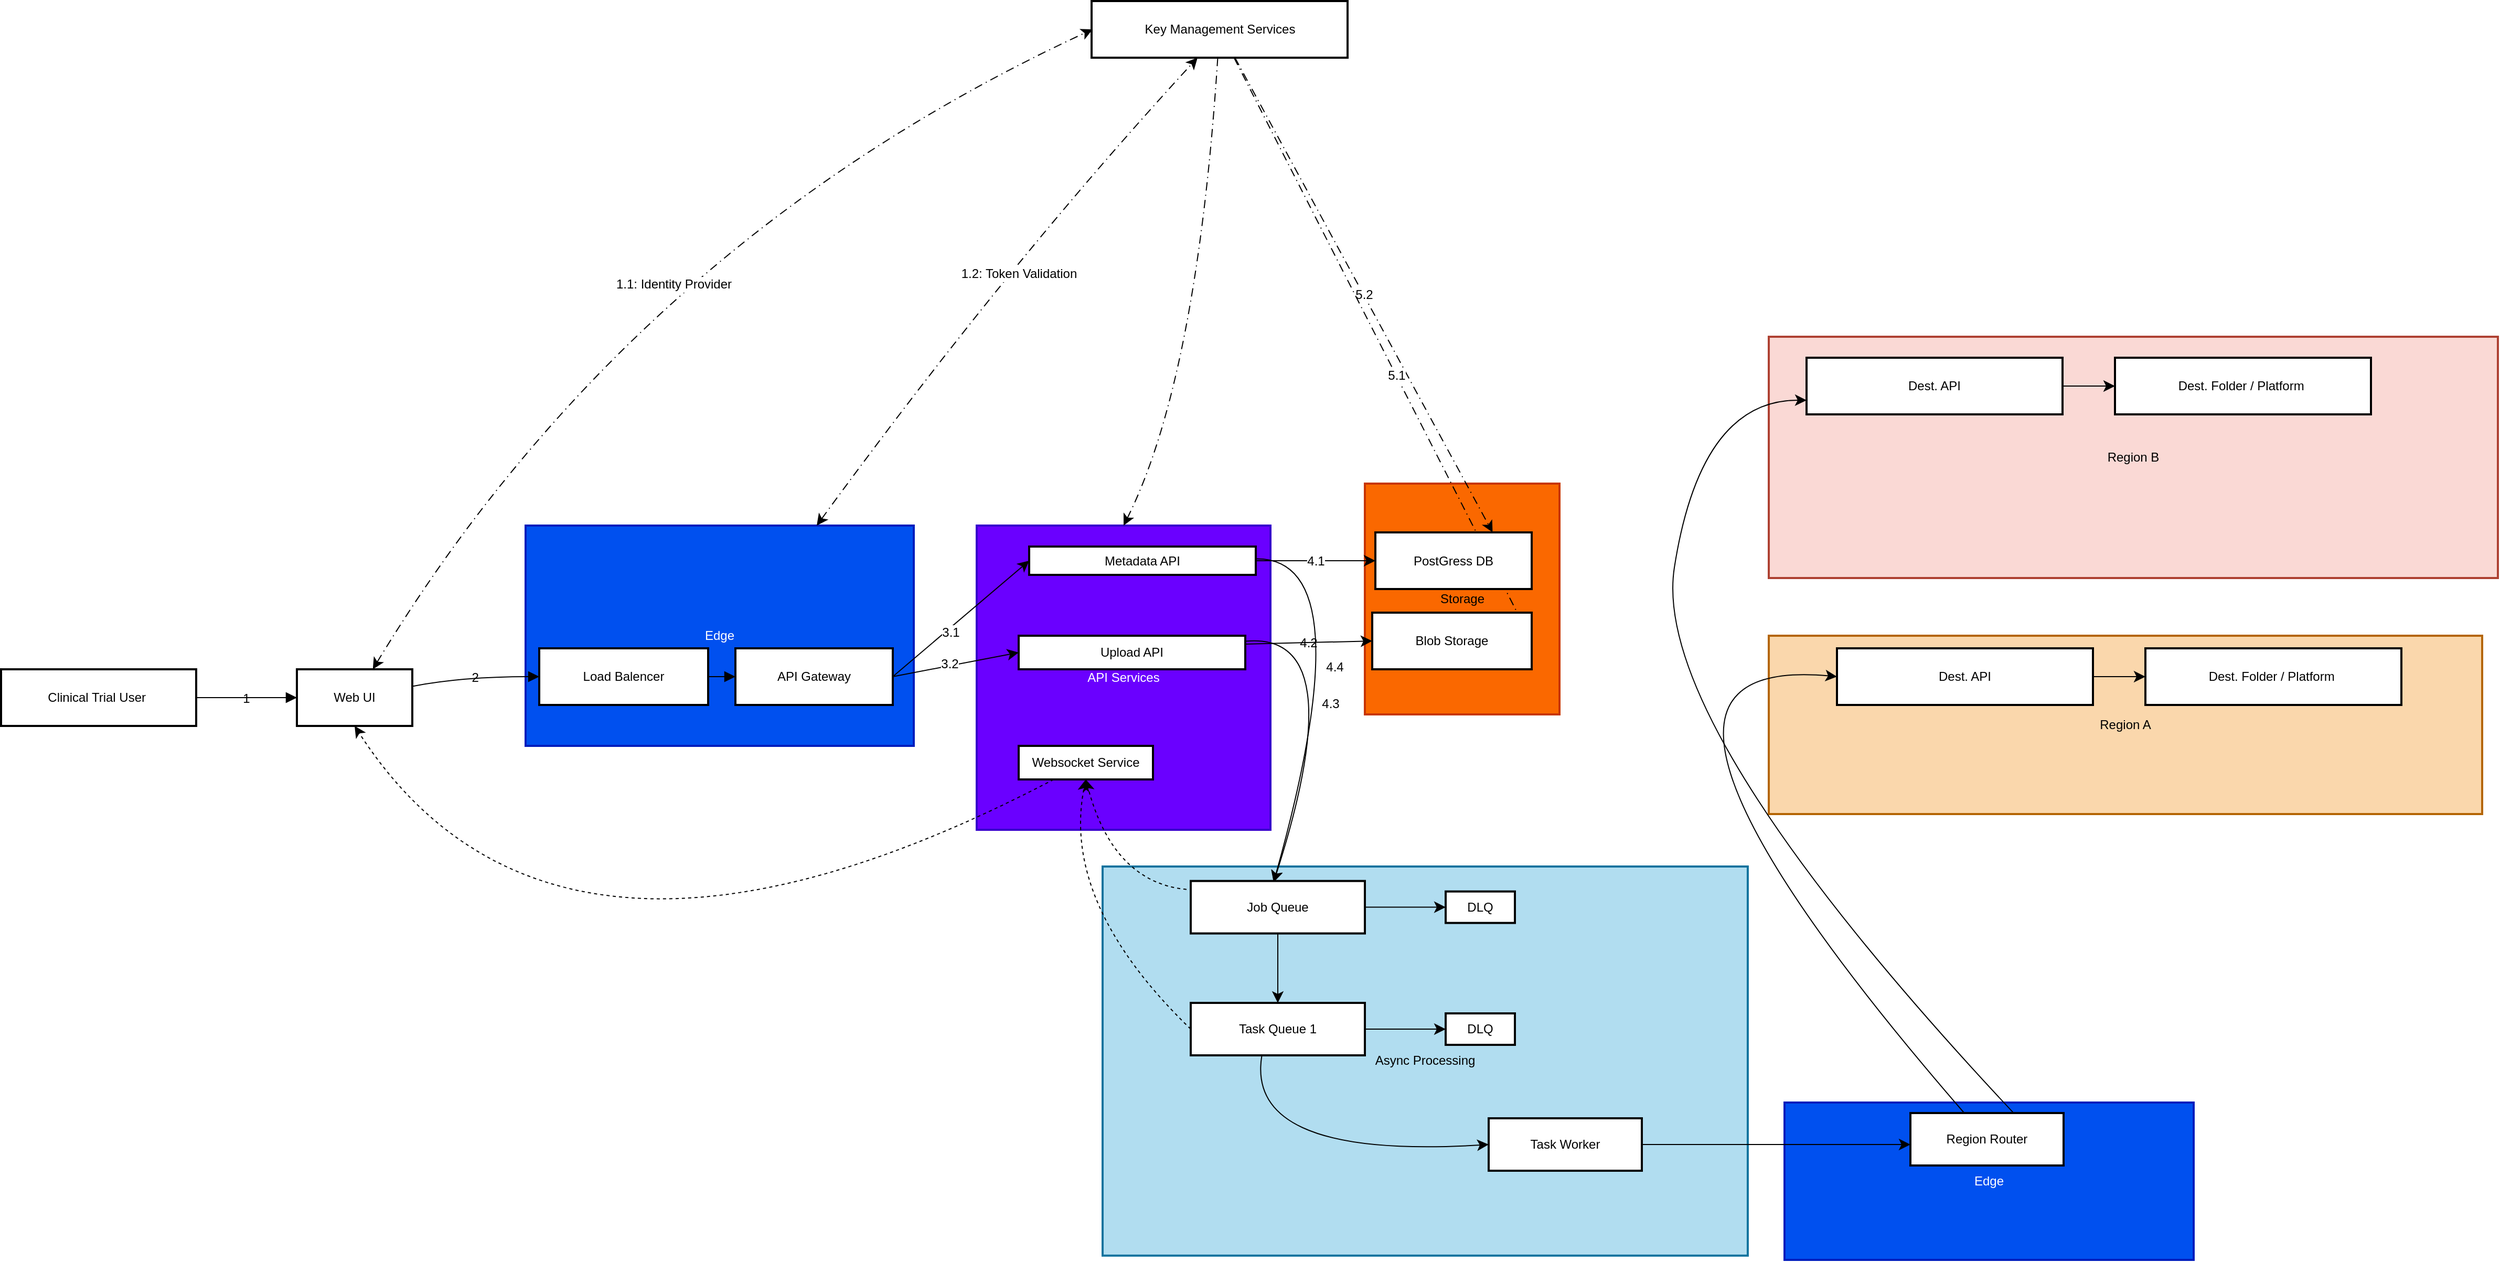
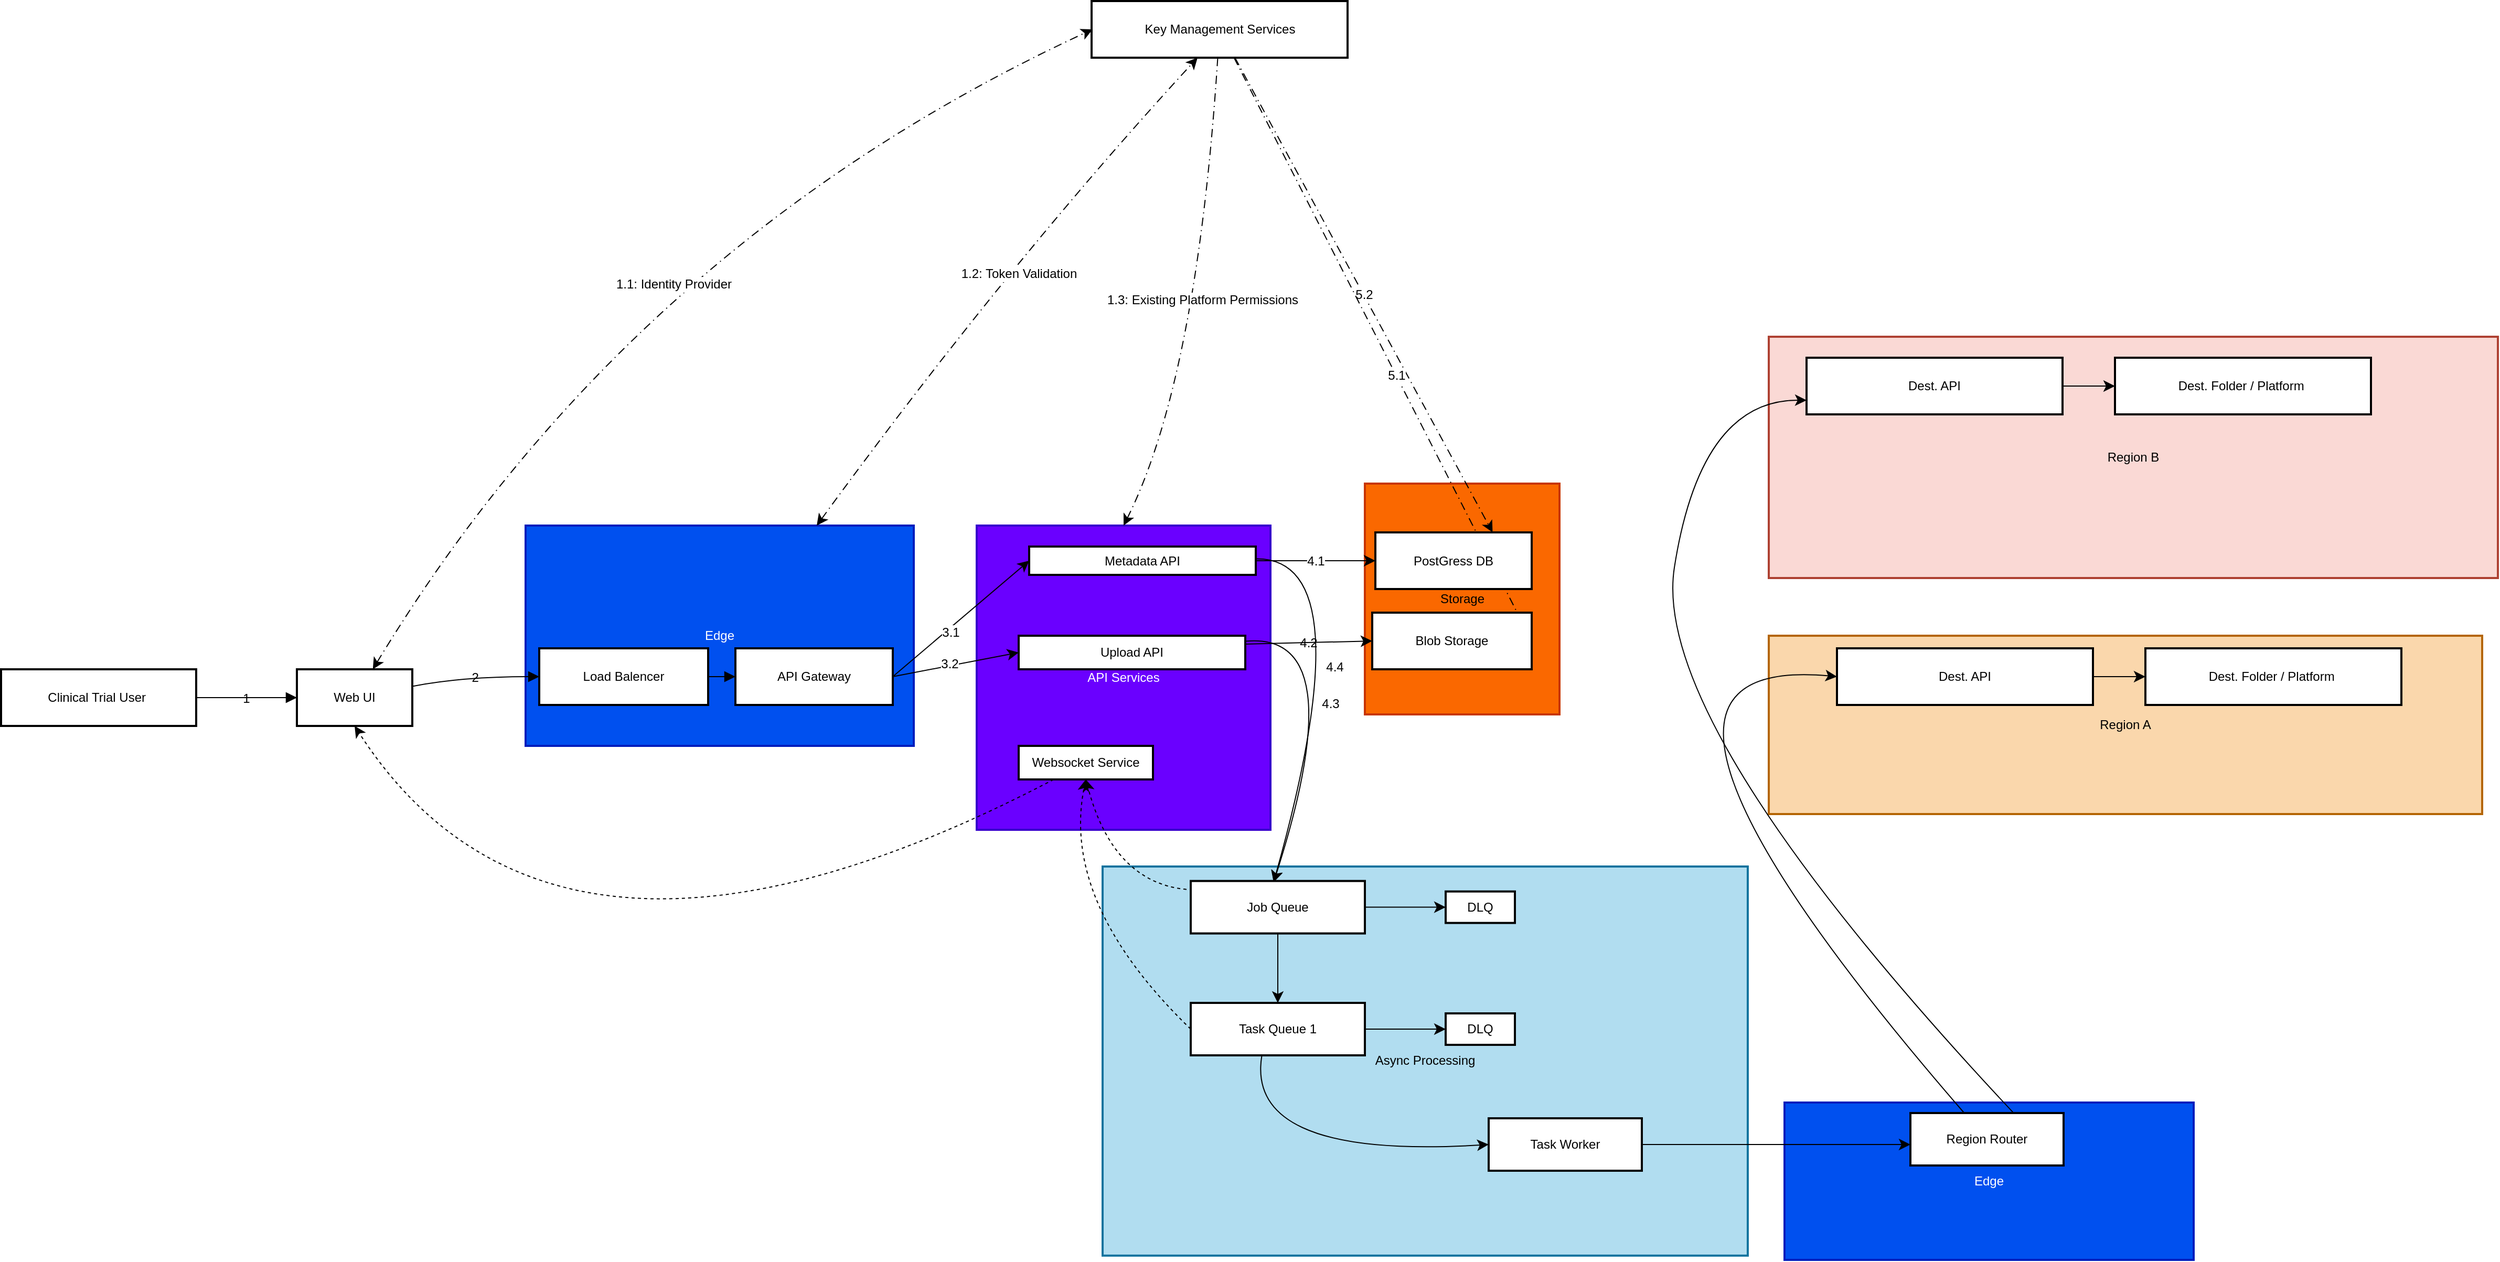
<mxfile host="app.diagrams.net">
  <diagram name="Overall-Diagram" id="Xauzskn0iYLa3f8TggF1">
-     <mxGraphModel dx="839" dy="1672" grid="1" gridSize="10" guides="1" tooltips="1" connect="1" arrows="1" fold="1" page="1" pageScale="1" pageWidth="850" pageHeight="1100" background="none" math="0" shadow="0">
+     <mxGraphModel dx="704" dy="1579" grid="1" gridSize="10" guides="1" tooltips="1" connect="1" arrows="1" fold="1" page="1" pageScale="1" pageWidth="850" pageHeight="1100" background="none" math="0" shadow="0">
      <root>
        <mxCell id="0" />
        <mxCell id="1" parent="0" />
        <mxCell id="ZxT0anLmeUN1lRlBXtKW-56" parent="1" style="whiteSpace=wrap;strokeWidth=2;rounded=0;labelBackgroundColor=none;fillColor=#0050ef;fontColor=#ffffff;strokeColor=#001DBC;" value="Edge" vertex="1">
          <mxGeometry height="150" width="390" x="1800" y="590" as="geometry" />
        </mxCell>
        <mxCell id="tPvMw2njpGqdJi2HAjV1-28" parent="1" style="whiteSpace=wrap;strokeWidth=2;rounded=0;labelBackgroundColor=none;fillColor=#fad9d5;strokeColor=#ae4132;" value="Region B" vertex="1">
          <mxGeometry height="230" width="695" x="1785" y="-140" as="geometry" />
        </mxCell>
        <mxCell id="tPvMw2njpGqdJi2HAjV1-27" parent="1" style="whiteSpace=wrap;strokeWidth=2;rounded=0;labelBackgroundColor=none;fillColor=#fad7ac;strokeColor=#b46504;" value="Region A" vertex="1">
          <mxGeometry height="170" width="680" x="1785" y="145" as="geometry" />
        </mxCell>
        <mxCell id="LGeiLnGPZ_kJypGg9XhN-2" parent="1" style="whiteSpace=wrap;strokeWidth=2;rounded=0;labelBackgroundColor=none;fillColor=#b1ddf0;strokeColor=#10739e;aspect=fixed;" value="Async Processing" vertex="1">
          <mxGeometry height="370.92" width="614.97" x="1150" y="365" as="geometry" />
        </mxCell>
        <mxCell id="LGeiLnGPZ_kJypGg9XhN-4" parent="1" style="whiteSpace=wrap;strokeWidth=2;rounded=0;labelBackgroundColor=none;fillColor=#6a00ff;fontColor=#ffffff;strokeColor=#3700CC;" value="API Services" vertex="1">
          <mxGeometry height="290" width="280" x="1030" y="40" as="geometry" />
        </mxCell>
        <mxCell id="LGeiLnGPZ_kJypGg9XhN-3" parent="1" style="whiteSpace=wrap;strokeWidth=2;rounded=0;labelBackgroundColor=none;fillColor=#fa6800;fontColor=#000000;strokeColor=#C73500;" value="Storage" vertex="1">
          <mxGeometry height="220" width="185.5" x="1400" as="geometry" />
        </mxCell>
        <mxCell id="LGeiLnGPZ_kJypGg9XhN-5" parent="1" style="whiteSpace=wrap;strokeWidth=2;rounded=0;labelBackgroundColor=none;fillColor=#0050ef;fontColor=#ffffff;strokeColor=#001DBC;" value="Edge" vertex="1">
          <mxGeometry height="210" width="370" x="600" y="40" as="geometry" />
        </mxCell>
        <mxCell id="LGeiLnGPZ_kJypGg9XhN-6" parent="1" style="whiteSpace=wrap;strokeWidth=2;rounded=0;labelBackgroundColor=none;" value="Clinical Trial User " vertex="1">
          <mxGeometry height="54" width="186" x="100" y="177" as="geometry" />
        </mxCell>
        <mxCell id="kZjGEyZ31KSyDfQOjVAd-4" edge="1" parent="1" style="edgeStyle=none;curved=1;rounded=0;orthogonalLoop=1;jettySize=auto;html=1;entryX=0;entryY=0.5;entryDx=0;entryDy=0;fontSize=12;startSize=8;endSize=8;dashed=1;dashPattern=8 4 1 4;startArrow=classic;startFill=1;" value="1.1: Identity Provider">
          <mxGeometry relative="1" x="0.0321" y="-53" as="geometry">
            <mxPoint as="offset" />
            <Array as="points">
              <mxPoint x="701" y="-230" />
            </Array>
            <mxPoint x="454.3617511520737" y="177" as="sourcePoint" />
            <mxPoint x="1140.5" y="-433" as="targetPoint" />
          </mxGeometry>
        </mxCell>
        <mxCell id="LGeiLnGPZ_kJypGg9XhN-7" parent="1" style="whiteSpace=wrap;strokeWidth=2;rounded=0;labelBackgroundColor=none;" value="Web UI" vertex="1">
          <mxGeometry height="54" width="110" x="382" y="177" as="geometry" />
        </mxCell>
        <mxCell id="LGeiLnGPZ_kJypGg9XhN-8" parent="1" style="whiteSpace=wrap;strokeWidth=2;rounded=0;labelBackgroundColor=none;" value="Load Balencer" vertex="1">
          <mxGeometry height="54" width="161" x="613" y="157" as="geometry" />
        </mxCell>
        <mxCell id="ijDLy2rUQYNMrnhEq9o_-15" edge="1" parent="1" source="LGeiLnGPZ_kJypGg9XhN-9" style="edgeStyle=none;curved=1;rounded=0;orthogonalLoop=1;jettySize=auto;html=1;fontSize=12;startSize=8;endSize=8;entryX=0;entryY=0.5;entryDx=0;entryDy=0;labelBackgroundColor=none;fontColor=default;exitX=1;exitY=0.5;exitDx=0;exitDy=0;" target="LGeiLnGPZ_kJypGg9XhN-10">
          <mxGeometry relative="1" as="geometry">
            <mxPoint x="1059.9999999999998" y="229.99999999999977" as="targetPoint" />
          </mxGeometry>
        </mxCell>
        <mxCell id="kZjGEyZ31KSyDfQOjVAd-1" connectable="0" parent="ijDLy2rUQYNMrnhEq9o_-15" style="edgeLabel;html=1;align=center;verticalAlign=middle;resizable=0;points=[];fontSize=12;" value="3.1" vertex="1">
          <mxGeometry relative="1" x="-0.1984" y="-3" as="geometry">
            <mxPoint x="1" as="offset" />
          </mxGeometry>
        </mxCell>
        <mxCell id="ijDLy2rUQYNMrnhEq9o_-17" edge="1" parent="1" source="LGeiLnGPZ_kJypGg9XhN-9" style="edgeStyle=none;curved=1;rounded=0;orthogonalLoop=1;jettySize=auto;html=1;entryX=0;entryY=0.5;entryDx=0;entryDy=0;fontSize=12;startSize=8;endSize=8;exitX=1;exitY=0.5;exitDx=0;exitDy=0;" target="LGeiLnGPZ_kJypGg9XhN-11">
          <mxGeometry relative="1" as="geometry">
            <mxPoint x="960" y="190" as="sourcePoint" />
          </mxGeometry>
        </mxCell>
        <mxCell id="kZjGEyZ31KSyDfQOjVAd-2" connectable="0" parent="ijDLy2rUQYNMrnhEq9o_-17" style="edgeLabel;html=1;align=center;verticalAlign=middle;resizable=0;points=[];fontSize=12;" value="3.2" vertex="1">
          <mxGeometry relative="1" x="-0.0885" y="2" as="geometry">
            <mxPoint as="offset" />
          </mxGeometry>
        </mxCell>
        <mxCell id="tPvMw2njpGqdJi2HAjV1-17" edge="1" parent="1" source="LGeiLnGPZ_kJypGg9XhN-5" style="edgeStyle=none;curved=1;rounded=0;orthogonalLoop=1;jettySize=auto;html=1;entryX=0.5;entryY=1;entryDx=0;entryDy=0;fontSize=12;startSize=8;endSize=8;dashed=1;dashPattern=8 4 1 4;startArrow=classic;startFill=1;exitX=0.75;exitY=0;exitDx=0;exitDy=0;" value="1.2: Token Validation">
          <mxGeometry relative="1" x="0.0672" y="-14" as="geometry">
            <mxPoint as="offset" />
            <Array as="points">
              <mxPoint x="1060" y="-210" />
            </Array>
            <mxPoint x="853.7118320610687" y="157" as="sourcePoint" />
            <mxPoint x="1240.5" y="-406" as="targetPoint" />
          </mxGeometry>
        </mxCell>
        <mxCell id="LGeiLnGPZ_kJypGg9XhN-9" parent="1" style="whiteSpace=wrap;strokeWidth=2;rounded=0;labelBackgroundColor=none;" value="API Gateway" vertex="1">
          <mxGeometry height="54" width="150" x="800" y="157" as="geometry" />
        </mxCell>
        <mxCell id="ijDLy2rUQYNMrnhEq9o_-19" edge="1" parent="1" source="LGeiLnGPZ_kJypGg9XhN-10" style="edgeStyle=none;curved=1;rounded=0;orthogonalLoop=1;jettySize=auto;html=1;entryX=0;entryY=0.5;entryDx=0;entryDy=0;fontSize=12;startSize=8;endSize=8;exitX=1;exitY=0.5;exitDx=0;exitDy=0;" target="LGeiLnGPZ_kJypGg9XhN-12" value="4.1">
          <mxGeometry relative="1" as="geometry" />
        </mxCell>
        <mxCell id="ZxT0anLmeUN1lRlBXtKW-1" edge="1" parent="1" source="LGeiLnGPZ_kJypGg9XhN-10" style="edgeStyle=none;curved=1;rounded=0;orthogonalLoop=1;jettySize=auto;html=1;entryX=0.5;entryY=0;entryDx=0;entryDy=0;fontSize=12;startSize=8;endSize=8;" value="4.4">
          <mxGeometry relative="1" as="geometry">
            <Array as="points">
              <mxPoint x="1400" y="70" />
            </Array>
            <mxPoint x="1313" y="380" as="targetPoint" />
          </mxGeometry>
        </mxCell>
        <mxCell id="LGeiLnGPZ_kJypGg9XhN-10" parent="1" style="whiteSpace=wrap;strokeWidth=2;rounded=0;labelBackgroundColor=none;" value="Metadata API" vertex="1">
          <mxGeometry height="27" width="216" x="1080" y="60" as="geometry" />
        </mxCell>
        <mxCell id="ijDLy2rUQYNMrnhEq9o_-12" edge="1" parent="1" source="LGeiLnGPZ_kJypGg9XhN-11" style="edgeStyle=none;curved=1;rounded=0;orthogonalLoop=1;jettySize=auto;html=1;entryX=0;entryY=0.5;entryDx=0;entryDy=0;fontSize=12;startSize=8;endSize=8;exitX=1;exitY=0.25;exitDx=0;exitDy=0;labelBackgroundColor=none;fontColor=default;" target="LGeiLnGPZ_kJypGg9XhN-13" value="4.2">
          <mxGeometry relative="1" as="geometry" />
        </mxCell>
        <mxCell id="ZxT0anLmeUN1lRlBXtKW-2" edge="1" parent="1" source="LGeiLnGPZ_kJypGg9XhN-11" style="edgeStyle=none;curved=1;rounded=0;orthogonalLoop=1;jettySize=auto;html=1;entryX=0.5;entryY=0;entryDx=0;entryDy=0;fontSize=12;startSize=8;endSize=8;" value="4.3">
          <mxGeometry relative="1" as="geometry">
            <Array as="points">
              <mxPoint x="1390" y="140" />
            </Array>
            <mxPoint x="1313" y="380" as="targetPoint" />
          </mxGeometry>
        </mxCell>
        <mxCell id="LGeiLnGPZ_kJypGg9XhN-11" parent="1" style="whiteSpace=wrap;strokeWidth=2;rounded=0;labelBackgroundColor=none;" value="Upload API" vertex="1">
          <mxGeometry height="32" width="216" x="1070" y="145" as="geometry" />
        </mxCell>
        <mxCell id="tPvMw2njpGqdJi2HAjV1-2" edge="1" parent="1" style="edgeStyle=none;curved=1;rounded=0;orthogonalLoop=1;jettySize=auto;html=1;fontSize=12;startSize=8;endSize=8;entryX=0.5;entryY=1;entryDx=0;entryDy=0;dashed=1;" target="LGeiLnGPZ_kJypGg9XhN-18">
          <mxGeometry relative="1" as="geometry">
            <Array as="points">
              <mxPoint x="1160" y="380" />
            </Array>
            <mxPoint x="1230" y="386.8627450980389" as="sourcePoint" />
            <mxPoint x="1150" y="490" as="targetPoint" />
          </mxGeometry>
        </mxCell>
        <mxCell id="tPvMw2njpGqdJi2HAjV1-30" edge="1" parent="1" source="ZxT0anLmeUN1lRlBXtKW-4" style="edgeStyle=none;curved=1;rounded=0;orthogonalLoop=1;jettySize=auto;html=1;entryX=0.5;entryY=1;entryDx=0;entryDy=0;fontSize=12;startSize=8;endSize=8;dashed=1;exitX=0;exitY=0.5;exitDx=0;exitDy=0;" target="LGeiLnGPZ_kJypGg9XhN-18">
          <mxGeometry relative="1" as="geometry">
            <Array as="points">
              <mxPoint x="1110" y="400" />
            </Array>
            <mxPoint x="1274.6623376623374" y="462" as="sourcePoint" />
          </mxGeometry>
        </mxCell>
        <mxCell id="tPvMw2njpGqdJi2HAjV1-18" edge="1" parent="1" source="LGeiLnGPZ_kJypGg9XhN-20" style="edgeStyle=none;curved=1;rounded=0;orthogonalLoop=1;jettySize=auto;html=1;entryX=0.75;entryY=0;entryDx=0;entryDy=0;fontSize=12;startSize=8;endSize=8;dashed=1;dashPattern=8 4 1 4;" target="LGeiLnGPZ_kJypGg9XhN-12" value="5.2">
          <mxGeometry relative="1" as="geometry" />
        </mxCell>
        <mxCell id="tPvMw2njpGqdJi2HAjV1-19" edge="1" parent="1" source="LGeiLnGPZ_kJypGg9XhN-20" style="edgeStyle=none;curved=1;rounded=0;orthogonalLoop=1;jettySize=auto;html=1;entryX=1;entryY=0.5;entryDx=0;entryDy=0;fontSize=12;startSize=8;endSize=8;dashed=1;dashPattern=8 4 1 4;" target="LGeiLnGPZ_kJypGg9XhN-13">
          <mxGeometry relative="1" as="geometry" />
        </mxCell>
        <mxCell id="kZjGEyZ31KSyDfQOjVAd-3" connectable="0" parent="tPvMw2njpGqdJi2HAjV1-19" style="edgeLabel;html=1;align=center;verticalAlign=middle;resizable=0;points=[];fontSize=12;" value="5.1" vertex="1">
          <mxGeometry relative="1" x="0.0872" as="geometry">
            <mxPoint as="offset" />
          </mxGeometry>
        </mxCell>
-         <mxCell id="kZjGEyZ31KSyDfQOjVAd-5" edge="1" parent="1" source="LGeiLnGPZ_kJypGg9XhN-20" style="edgeStyle=none;curved=1;rounded=0;orthogonalLoop=1;jettySize=auto;html=1;fontSize=12;startSize=8;endSize=8;dashed=1;dashPattern=8 4 1 4;entryX=0.5;entryY=0;entryDx=0;entryDy=0;" target="LGeiLnGPZ_kJypGg9XhN-4">
+         <mxCell id="kZjGEyZ31KSyDfQOjVAd-5" edge="1" parent="1" source="LGeiLnGPZ_kJypGg9XhN-20" style="edgeStyle=none;curved=1;rounded=0;orthogonalLoop=1;jettySize=auto;html=1;fontSize=12;startSize=8;endSize=8;dashed=1;dashPattern=8 4 1 4;entryX=0.5;entryY=0;entryDx=0;entryDy=0;" target="LGeiLnGPZ_kJypGg9XhN-4" value="1.3: Existing Platform Permissions">
          <mxGeometry relative="1" as="geometry">
            <Array as="points">
              <mxPoint x="1240" y="-100" />
            </Array>
            <mxPoint x="1160" y="20" as="targetPoint" />
          </mxGeometry>
        </mxCell>
        <mxCell id="LGeiLnGPZ_kJypGg9XhN-20" parent="1" style="whiteSpace=wrap;strokeWidth=2;rounded=0;labelBackgroundColor=none;" value="Key Management Services" vertex="1">
          <mxGeometry height="54" width="244" x="1139.5" y="-460" as="geometry" />
        </mxCell>
        <mxCell id="LGeiLnGPZ_kJypGg9XhN-23" edge="1" parent="1" source="LGeiLnGPZ_kJypGg9XhN-6" style="curved=1;startArrow=none;endArrow=block;exitX=1;exitY=0.5;entryX=0;entryY=0.5;rounded=0;fontSize=12;startSize=8;endSize=8;labelBackgroundColor=none;fontColor=default;" target="LGeiLnGPZ_kJypGg9XhN-7" value="1">
          <mxGeometry relative="1" as="geometry">
            <Array as="points" />
          </mxGeometry>
        </mxCell>
        <mxCell id="LGeiLnGPZ_kJypGg9XhN-24" edge="1" parent="1" source="LGeiLnGPZ_kJypGg9XhN-7" style="curved=1;startArrow=none;endArrow=block;exitX=1;exitY=0.3;entryX=0;entryY=0.5;rounded=0;fontSize=12;startSize=8;endSize=8;labelBackgroundColor=none;fontColor=default;" target="LGeiLnGPZ_kJypGg9XhN-8" value="2">
          <mxGeometry relative="1" as="geometry">
            <Array as="points">
              <mxPoint x="540" y="184" />
            </Array>
          </mxGeometry>
        </mxCell>
        <mxCell id="LGeiLnGPZ_kJypGg9XhN-35" edge="1" parent="1" source="LGeiLnGPZ_kJypGg9XhN-8" style="curved=1;startArrow=none;endArrow=block;exitX=1;exitY=0.5;entryX=0;entryY=0.5;rounded=0;fontSize=12;startSize=8;endSize=8;labelBackgroundColor=none;fontColor=default;" target="LGeiLnGPZ_kJypGg9XhN-9" value="">
          <mxGeometry relative="1" as="geometry">
            <Array as="points" />
          </mxGeometry>
        </mxCell>
        <mxCell id="tPvMw2njpGqdJi2HAjV1-29" edge="1" parent="1" source="LGeiLnGPZ_kJypGg9XhN-18" style="edgeStyle=none;curved=1;rounded=0;orthogonalLoop=1;jettySize=auto;html=1;entryX=0.5;entryY=1;entryDx=0;entryDy=0;fontSize=12;startSize=8;endSize=8;dashed=1;" target="LGeiLnGPZ_kJypGg9XhN-7">
          <mxGeometry relative="1" as="geometry">
            <Array as="points">
              <mxPoint x="630" y="530" />
            </Array>
          </mxGeometry>
        </mxCell>
        <mxCell id="LGeiLnGPZ_kJypGg9XhN-18" parent="1" style="whiteSpace=wrap;strokeWidth=2;rounded=0;labelBackgroundColor=none;" value="Websocket Service" vertex="1">
          <mxGeometry height="32" width="128" x="1070" y="250" as="geometry" />
        </mxCell>
        <mxCell id="LGeiLnGPZ_kJypGg9XhN-13" parent="1" style="whiteSpace=wrap;strokeWidth=2;rounded=0;labelBackgroundColor=none;" value="Blob Storage" vertex="1">
          <mxGeometry height="54" width="152" x="1407" y="123" as="geometry" />
        </mxCell>
        <mxCell id="LGeiLnGPZ_kJypGg9XhN-12" parent="1" style="whiteSpace=wrap;strokeWidth=2;rounded=0;labelBackgroundColor=none;" value="PostGress DB" vertex="1">
          <mxGeometry height="54" width="149" x="1410" y="46.5" as="geometry" />
        </mxCell>
        <mxCell id="tPvMw2njpGqdJi2HAjV1-12" edge="1" parent="1" source="tPvMw2njpGqdJi2HAjV1-6" style="edgeStyle=none;curved=1;rounded=0;orthogonalLoop=1;jettySize=auto;html=1;entryX=0;entryY=0.5;entryDx=0;entryDy=0;fontSize=12;startSize=8;endSize=8;" target="tPvMw2njpGqdJi2HAjV1-8">
          <mxGeometry relative="1" as="geometry">
            <Array as="points">
              <mxPoint x="1590" y="160" />
            </Array>
          </mxGeometry>
        </mxCell>
        <mxCell id="tPvMw2njpGqdJi2HAjV1-13" edge="1" parent="1" source="tPvMw2njpGqdJi2HAjV1-6" style="edgeStyle=none;curved=1;rounded=0;orthogonalLoop=1;jettySize=auto;html=1;entryX=0;entryY=0.75;entryDx=0;entryDy=0;fontSize=12;startSize=8;endSize=8;exitX=1;exitY=1;exitDx=0;exitDy=0;" target="tPvMw2njpGqdJi2HAjV1-10">
          <mxGeometry relative="1" as="geometry">
            <Array as="points">
              <mxPoint x="1670" y="240" />
              <mxPoint x="1720" y="-80" />
            </Array>
            <mxPoint x="2070" y="660" as="sourcePoint" />
          </mxGeometry>
        </mxCell>
        <mxCell id="tPvMw2njpGqdJi2HAjV1-6" parent="1" style="whiteSpace=wrap;strokeWidth=2;rounded=0;labelBackgroundColor=none;" value="Region Router" vertex="1">
          <mxGeometry height="50" width="146" x="1920" y="600" as="geometry" />
        </mxCell>
        <mxCell id="tPvMw2njpGqdJi2HAjV1-7" parent="1" style="whiteSpace=wrap;strokeWidth=2;rounded=0;labelBackgroundColor=none;" value="Dest. Folder / Platform " vertex="1">
          <mxGeometry height="54" width="244" x="2144" y="157" as="geometry" />
        </mxCell>
        <mxCell id="tPvMw2njpGqdJi2HAjV1-15" edge="1" parent="1" source="tPvMw2njpGqdJi2HAjV1-8" style="edgeStyle=none;curved=1;rounded=0;orthogonalLoop=1;jettySize=auto;html=1;fontSize=12;startSize=8;endSize=8;" target="tPvMw2njpGqdJi2HAjV1-7" value="">
          <mxGeometry relative="1" as="geometry" />
        </mxCell>
        <mxCell id="tPvMw2njpGqdJi2HAjV1-8" parent="1" style="whiteSpace=wrap;strokeWidth=2;rounded=0;labelBackgroundColor=none;" value="Dest. API" vertex="1">
          <mxGeometry height="54" width="244" x="1850" y="157" as="geometry" />
        </mxCell>
        <mxCell id="tPvMw2njpGqdJi2HAjV1-9" parent="1" style="whiteSpace=wrap;strokeWidth=2;rounded=0;labelBackgroundColor=none;" value="Dest. Folder / Platform " vertex="1">
          <mxGeometry height="54" width="244" x="2115" y="-120" as="geometry" />
        </mxCell>
        <mxCell id="tPvMw2njpGqdJi2HAjV1-16" edge="1" parent="1" source="tPvMw2njpGqdJi2HAjV1-10" style="edgeStyle=none;curved=1;rounded=0;orthogonalLoop=1;jettySize=auto;html=1;fontSize=12;startSize=8;endSize=8;" target="tPvMw2njpGqdJi2HAjV1-9" value="">
          <mxGeometry relative="1" as="geometry" />
        </mxCell>
        <mxCell id="tPvMw2njpGqdJi2HAjV1-10" parent="1" style="whiteSpace=wrap;strokeWidth=2;rounded=0;labelBackgroundColor=none;" value="Dest. API" vertex="1">
          <mxGeometry height="54" width="244" x="1821" y="-120" as="geometry" />
        </mxCell>
        <mxCell id="ZxT0anLmeUN1lRlBXtKW-5" edge="1" parent="1" source="ZxT0anLmeUN1lRlBXtKW-3" style="edgeStyle=none;curved=1;rounded=0;orthogonalLoop=1;jettySize=auto;html=1;fontSize=12;startSize=8;endSize=8;" target="ZxT0anLmeUN1lRlBXtKW-4" value="">
          <mxGeometry relative="1" as="geometry" />
        </mxCell>
        <mxCell id="ZxT0anLmeUN1lRlBXtKW-52" edge="1" parent="1" source="ZxT0anLmeUN1lRlBXtKW-3" style="edgeStyle=none;curved=1;rounded=0;orthogonalLoop=1;jettySize=auto;html=1;fontSize=12;startSize=8;endSize=8;" target="ZxT0anLmeUN1lRlBXtKW-9" value="">
          <mxGeometry relative="1" as="geometry" />
        </mxCell>
        <mxCell id="ZxT0anLmeUN1lRlBXtKW-3" parent="1" style="whiteSpace=wrap;strokeWidth=2;rounded=0;labelBackgroundColor=none;" value="Job Queue" vertex="1">
          <mxGeometry height="50" width="166" x="1234" y="378.79999999999995" as="geometry" />
        </mxCell>
        <mxCell id="ZxT0anLmeUN1lRlBXtKW-21" edge="1" parent="1" source="ZxT0anLmeUN1lRlBXtKW-4" style="edgeStyle=none;curved=1;rounded=0;orthogonalLoop=1;jettySize=auto;html=1;fontSize=12;startSize=8;endSize=8;" target="ZxT0anLmeUN1lRlBXtKW-11" value="">
          <mxGeometry relative="1" as="geometry" />
        </mxCell>
        <mxCell id="ZxT0anLmeUN1lRlBXtKW-54" edge="1" parent="1" source="ZxT0anLmeUN1lRlBXtKW-4" style="edgeStyle=none;curved=1;rounded=0;orthogonalLoop=1;jettySize=auto;html=1;entryX=0;entryY=0.5;entryDx=0;entryDy=0;fontSize=12;startSize=8;endSize=8;exitX=0.422;exitY=0.8;exitDx=0;exitDy=0;exitPerimeter=0;" target="ZxT0anLmeUN1lRlBXtKW-53">
          <mxGeometry relative="1" as="geometry">
            <Array as="points">
              <mxPoint x="1274" y="645" />
            </Array>
          </mxGeometry>
        </mxCell>
        <mxCell id="ZxT0anLmeUN1lRlBXtKW-4" parent="1" style="whiteSpace=wrap;strokeWidth=2;rounded=0;labelBackgroundColor=none;" value="Task Queue 1" vertex="1">
          <mxGeometry height="50" width="166" x="1234" y="495" as="geometry" />
        </mxCell>
        <mxCell id="ZxT0anLmeUN1lRlBXtKW-9" parent="1" style="whiteSpace=wrap;strokeWidth=2;rounded=0;labelBackgroundColor=none;" value="DLQ" vertex="1">
          <mxGeometry height="30" width="66" x="1477" y="388.79999999999995" as="geometry" />
        </mxCell>
        <mxCell id="ZxT0anLmeUN1lRlBXtKW-11" parent="1" style="whiteSpace=wrap;strokeWidth=2;rounded=0;labelBackgroundColor=none;" value="DLQ" vertex="1">
          <mxGeometry height="30" width="66" x="1477" y="505" as="geometry" />
        </mxCell>
        <mxCell id="ZxT0anLmeUN1lRlBXtKW-55" edge="1" parent="1" source="ZxT0anLmeUN1lRlBXtKW-53" style="edgeStyle=none;curved=1;rounded=0;orthogonalLoop=1;jettySize=auto;html=1;fontSize=12;startSize=8;endSize=8;">
          <mxGeometry relative="1" as="geometry">
            <mxPoint x="1920.0000000000005" y="630" as="targetPoint" />
          </mxGeometry>
        </mxCell>
        <mxCell id="ZxT0anLmeUN1lRlBXtKW-53" parent="1" style="whiteSpace=wrap;strokeWidth=2;rounded=0;labelBackgroundColor=none;" value="Task Worker" vertex="1">
          <mxGeometry height="50" width="146" x="1518" y="605" as="geometry" />
        </mxCell>
      </root>
    </mxGraphModel>
  </diagram>
</mxfile>
